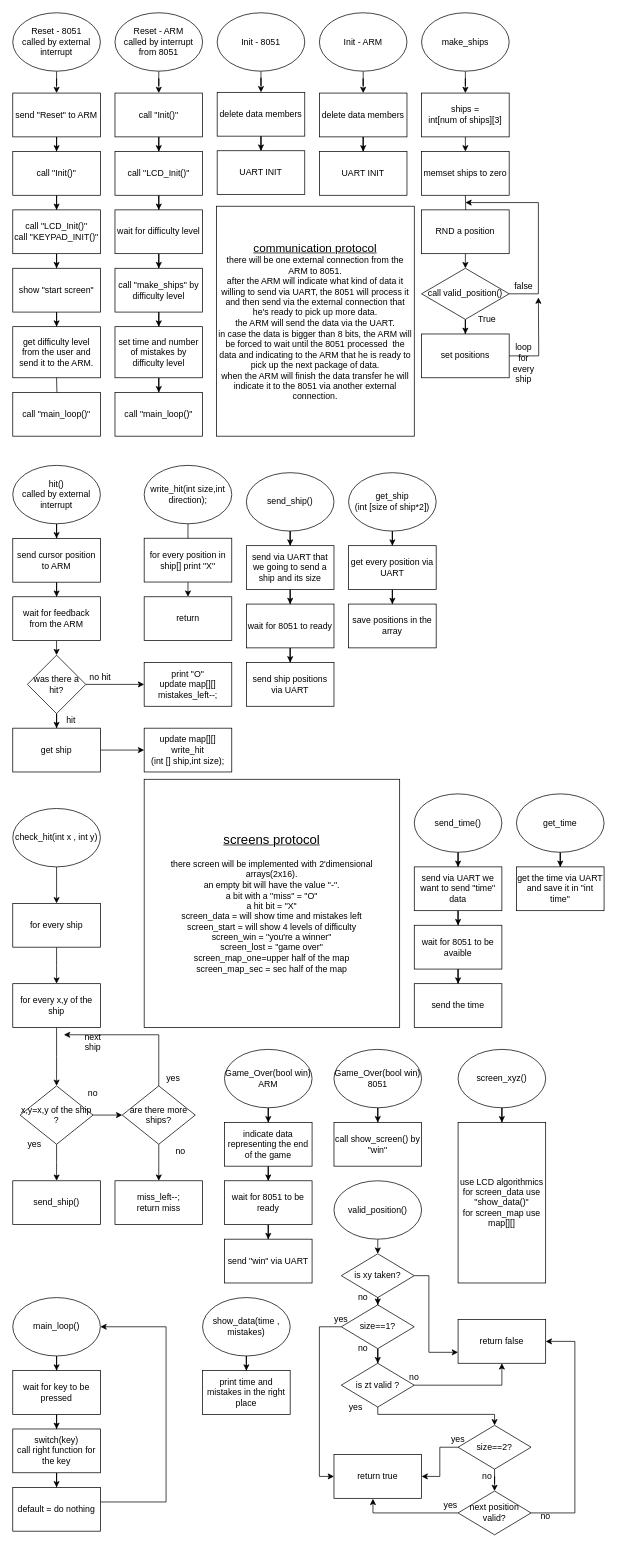
Before: Untitled Diagram.drawio in mmc-projecton-battleships/battleships, a draw.io diagram. Source tidied: cells renumbered, new cells numbered last; positions are measured from the earlier drawing's top-left corner, leaving out a move shared by most shapes. Both pictures are drawn from the tidied source at 73%, with x=0, y=0 at pixel (12, 12).
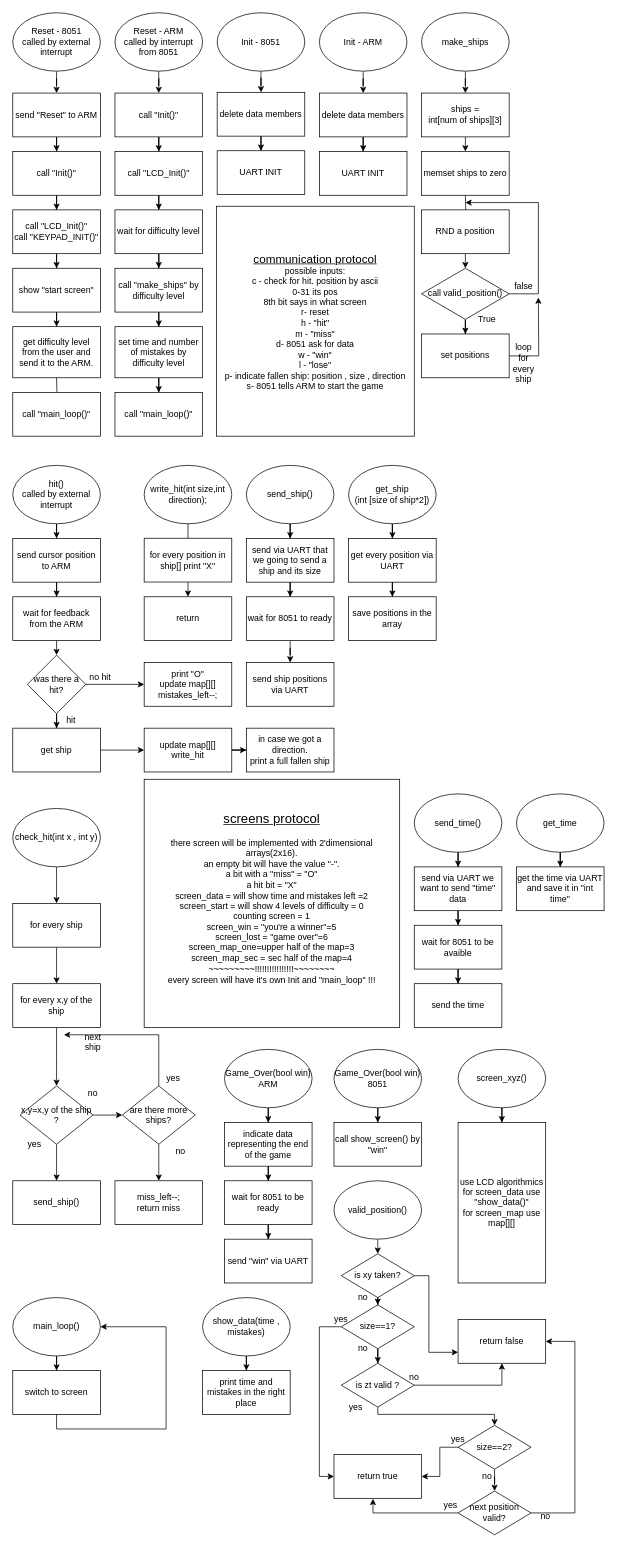
After the change.

Commit message:
NEW FLOW CHART

The change refers to these unchanged cells:
```xml
<mxCell id="130" value="main_loop()" style="ellipse;whiteSpace=wrap;html=1;" parent="1" vertex="1">
  <mxGeometry y="1760" width="120" height="80" as="geometry" />
</mxCell>
```

Diff of the diagram source:
```diff
@@
+    <mxCell id="169" style="edgeStyle=orthogonalEdgeStyle;rounded=0;jettySize=auto;html=1;" parent="1" edge="1" source="62" target="170">
+      <mxGeometry relative="1" as="geometry" />
+    </mxCell>
-    <mxCell id="62" value="update map[][]&lt;br&gt;write_hit&lt;br&gt;(int [] ship,int size);" style="rounded=0;whiteSpace=wrap;html=1;" parent="1" vertex="1">
+    <mxCell id="62" value="update map[][]&lt;br&gt;write_hit&lt;br&gt;" style="rounded=0;whiteSpace=wrap;html=1;" parent="1" vertex="1">
       <mxGeometry x="180" y="980" width="120" height="60" as="geometry" />
     </mxCell>
@@
     <mxCell id="90" value="send_ship()" style="ellipse;whiteSpace=wrap;html=1;" parent="1" vertex="1">
-      <mxGeometry x="320" y="630" width="120" height="80" as="geometry" />
+      <mxGeometry x="320" y="620" width="120" height="80" as="geometry" />
     </mxCell>
@@
     <mxCell id="92" value="send via UART that we going to send a ship and its size" style="rounded=0;whiteSpace=wrap;html=1;" parent="1" vertex="1">
-      <mxGeometry x="320" y="730" width="120" height="60" as="geometry" />
+      <mxGeometry x="320" y="720" width="120" height="60" as="geometry" />
     </mxCell>
@@
     <mxCell id="94" value="wait for 8051 to ready" style="rounded=0;whiteSpace=wrap;html=1;" parent="1" vertex="1">
-      <mxGeometry x="320" y="810" width="120" height="60" as="geometry" />
+      <mxGeometry x="320" y="800" width="120" height="60" as="geometry" />
     </mxCell>
@@
     <mxCell id="97" value="get_ship&lt;br&gt;(int [size of ship*2])" style="ellipse;whiteSpace=wrap;html=1;" parent="1" vertex="1">
-      <mxGeometry x="460" y="630" width="120" height="80" as="geometry" />
+      <mxGeometry x="460" y="620" width="120" height="80" as="geometry" />
     </mxCell>
@@
     <mxCell id="99" value="get every position via UART" style="rounded=0;whiteSpace=wrap;html=1;" parent="1" vertex="1">
-      <mxGeometry x="460" y="730" width="120" height="60" as="geometry" />
+      <mxGeometry x="460" y="720" width="120" height="60" as="geometry" />
     </mxCell>
     <mxCell id="100" value="save positions in the array" style="rounded=0;whiteSpace=wrap;html=1;" parent="1" vertex="1">
-      <mxGeometry x="460" y="810" width="120" height="60" as="geometry" />
+      <mxGeometry x="460" y="800" width="120" height="60" as="geometry" />
     </mxCell>
@@
-    <mxCell id="121" value="&lt;font&gt;&lt;u&gt;&lt;font style=&quot;font-size: 18px&quot;&gt;screens protocol&lt;br&gt;&lt;/font&gt;&lt;br&gt;&lt;/u&gt;there screen will be implemented with 2'dimensional arrays(2x16).&lt;br&gt;an empty bit will have the value &quot;-&quot;.&lt;br&gt;a bit with a &quot;miss&quot; = &quot;O&quot;&lt;br&gt;a hit bit = &quot;X&quot;&lt;br&gt;screen_data = will show time and mistakes left&lt;br&gt;screen_start = will show 4 levels of difficulty&lt;br&gt;screen_win = &quot;you're a winner&quot;&lt;br&gt;screen_lost = &quot;game over&quot;&lt;br&gt;screen_map_one=upper half of the map&lt;br&gt;screen_map_sec = sec half of the map&lt;br&gt;&lt;/font&gt;" style="rounded=0;whiteSpace=wrap;html=1;" parent="1" vertex="1">
+    <mxCell id="121" value="&lt;font&gt;&lt;u&gt;&lt;font style=&quot;font-size: 18px&quot;&gt;screens protocol&lt;br&gt;&lt;/font&gt;&lt;br&gt;&lt;/u&gt;there screen will be implemented with 2'dimensional arrays(2x16).&lt;br&gt;an empty bit will have the value &quot;-&quot;.&lt;br&gt;a bit with a &quot;miss&quot; = &quot;O&quot;&lt;br&gt;a hit bit = &quot;X&quot;&lt;br&gt;screen_data = will show time and mistakes left =2&lt;br&gt;screen_start = will show 4 levels of difficulty = 0&lt;br&gt;counting screen = 1&lt;br&gt;screen_win = &quot;you're a winner&quot;=5&lt;br&gt;screen_lost = &quot;game over&quot;=6&lt;br&gt;screen_map_one=upper half of the map=3&lt;br&gt;screen_map_sec = sec half of the map=4&lt;br&gt;~~~~~~~~~!!!!!!!!!!!!!!!!~~~~~~~~&lt;br&gt;every screen will have it's own Init and &quot;main_loop&quot; !!!&lt;br&gt;&lt;br&gt;&lt;/font&gt;" style="rounded=0;whiteSpace=wrap;html=1;" parent="1" vertex="1">
       <mxGeometry x="180" y="1050" width="350" height="340" as="geometry" />
     </mxCell>
@@
-    <mxCell id="131" style="edgeStyle=orthogonalEdgeStyle;rounded=0;jettySize=auto;html=1;" parent="1" edge="1" source="132" target="134">
-      <mxGeometry relative="1" as="geometry" />
-    </mxCell>
-    <mxCell id="132" value="wait for key to be pressed" style="rounded=0;whiteSpace=wrap;html=1;" parent="1" vertex="1">
+    <mxCell id="132" value="switch to screen&lt;br&gt;" style="rounded=0;whiteSpace=wrap;html=1;" parent="1" vertex="1">
       <mxGeometry y="1860" width="120" height="60" as="geometry" />
     </mxCell>
-    <mxCell id="133" style="edgeStyle=orthogonalEdgeStyle;rounded=0;jettySize=auto;html=1;" parent="1" edge="1" source="134" target="136">
-      <mxGeometry relative="1" as="geometry" />
-    </mxCell>
-    <mxCell id="134" value="switch(key)&lt;br&gt;call right function for the key&lt;br&gt;" style="rounded=0;whiteSpace=wrap;html=1;" parent="1" vertex="1">
-      <mxGeometry y="1940" width="120" height="60" as="geometry" />
-    </mxCell>
-    <mxCell id="135" style="edgeStyle=orthogonalEdgeStyle;rounded=0;jettySize=auto;html=1;entryX=1;entryY=0.5;entryDx=0;entryDy=0;" parent="1" edge="1" source="136" target="130">
+    <mxCell id="135" style="edgeStyle=orthogonalEdgeStyle;rounded=0;jettySize=auto;html=1;entryX=1;entryY=0.5;entryDx=0;entryDy=0;exitX=0.5;exitY=1;exitDx=0;exitDy=0;" parent="1" edge="1" source="132" target="130">
       <mxGeometry relative="1" as="geometry">
         <Array as="points">
-          <mxPoint x="210" y="2040" />
+          <mxPoint x="60" y="1940" />
+          <mxPoint x="210" y="1940" />
           <mxPoint x="210" y="1800" />
         </Array>
       </mxGeometry>
     </mxCell>
-    <mxCell id="136" value="default = do nothing" style="rounded=0;whiteSpace=wrap;html=1;" parent="1" vertex="1">
-      <mxGeometry y="2020" width="120" height="60" as="geometry" />
-    </mxCell>
@@
-    <mxCell id="140" value="&lt;u&gt;&lt;font size=&quot;3&quot;&gt;communication protocol&lt;/font&gt;&lt;br&gt;&lt;/u&gt;&lt;span&gt;there will be one external connection from the ARM to 8051.&lt;/span&gt;&lt;br&gt;&lt;span&gt;after the ARM will indicate what kind of data it willing to send via UART, the 8051 will process it and then send via the external connection that he's ready to pick up more data.&lt;/span&gt;&lt;br&gt;&lt;span&gt;the ARM will send the data via the UART.&lt;/span&gt;&lt;br&gt;&lt;span&gt;in case the data is bigger than 8 bits, the ARM will be forced to wait until the 8051 processed&amp;nbsp; the data and indicating to the ARM that he is ready to pick up the next package of data.&lt;/span&gt;&lt;br&gt;&lt;span&gt;when the ARM will finish the data transfer he will indicate it to the 8051 via another external connection.&lt;/span&gt;" style="rounded=0;whiteSpace=wrap;html=1;" parent="1" vertex="1">
+    <mxCell id="140" value="&lt;u&gt;&lt;font size=&quot;3&quot;&gt;communication protocol&lt;/font&gt;&lt;br&gt;&lt;/u&gt;&lt;span&gt;possible inputs:&lt;br&gt;c - check for hit. position by ascii&lt;br&gt;0-31 its pos&lt;br&gt;8th bit says in what screen&lt;br&gt;r- reset&lt;br&gt;h - &quot;hit&quot;&lt;br&gt;m - &quot;miss&quot;&lt;br&gt;d- 8051 ask for data&lt;br&gt;w - &quot;win&quot;&lt;br&gt;l - &quot;lose&quot;&lt;br&gt;p- indicate fallen ship: position , size , direction&lt;br&gt;s- 8051 tells ARM to start the game&lt;br&gt;&lt;/span&gt;" style="rounded=0;whiteSpace=wrap;html=1;" parent="1" vertex="1">
       <mxGeometry x="279" y="265" width="271" height="315" as="geometry" />
     </mxCell>
@@
+    <mxCell id="170" value="in case we got a direction.&lt;br&gt;print a full fallen ship&lt;br&gt;" style="rounded=0;whiteSpace=wrap;html=1;" parent="1" vertex="1">
+      <mxGeometry x="320" y="980" width="120" height="60" as="geometry" />
+    </mxCell>
```
